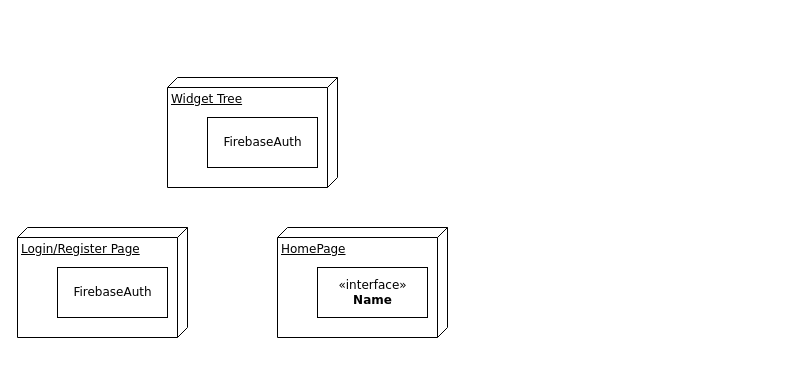
The draw.io diagram UML Diagramme/FlutterApp.drawio in PriXss/UMLDiagramme, before the edit. Source tidied: cells renumbered, new cells numbered last; positions are measured from the earlier drawing's top-left corner, leaving out a move shared by most shapes. Both pictures are drawn from the tidied source at 100%, with x=0, y=0 at pixel (17, 77).
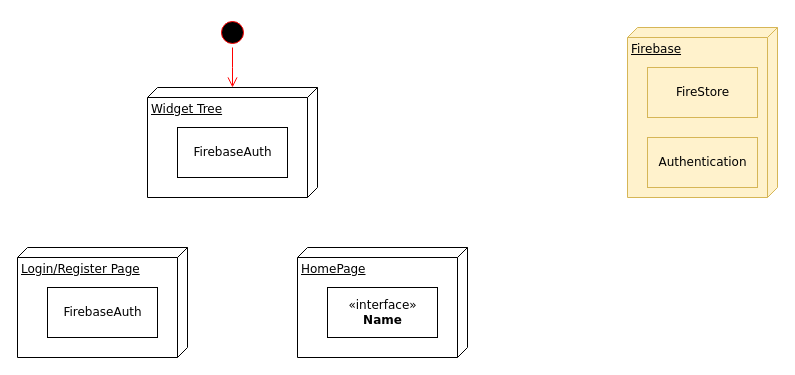
Above is the later version.

The edit, as a diff of the source:
```diff
@@
 <mxGraphModel>
   <root>
     <mxCell id="0" />
     <mxCell id="1" parent="0" />
     <mxCell id="2" value="Login/Register Page" style="verticalAlign=top;align=left;spacingTop=8;spacingLeft=2;spacingRight=12;shape=cube;size=10;direction=south;fontStyle=4;html=1;rounded=0;shadow=0;comic=0;labelBackgroundColor=none;strokeWidth=1;fontFamily=Verdana;fontSize=12;" parent="1" vertex="1">
-      <mxGeometry y="150" width="170" height="110" as="geometry" />
+      <mxGeometry y="170" width="170" height="110" as="geometry" />
     </mxCell>
     <mxCell id="3" value="FirebaseAuth&lt;br&gt;" style="html=1;rounded=0;shadow=0;comic=0;labelBackgroundColor=none;strokeWidth=1;fontFamily=Verdana;fontSize=12;align=center;" parent="1" vertex="1">
-      <mxGeometry x="40" y="190" width="110" height="50" as="geometry" />
+      <mxGeometry x="30" y="210" width="110" height="50" as="geometry" />
     </mxCell>
     <mxCell id="4" value="HomePage" style="verticalAlign=top;align=left;spacingTop=8;spacingLeft=2;spacingRight=12;shape=cube;size=10;direction=south;fontStyle=4;html=1;rounded=0;shadow=0;comic=0;labelBackgroundColor=none;strokeWidth=1;fontFamily=Verdana;fontSize=12;" parent="1" vertex="1">
-      <mxGeometry x="260" y="150" width="170" height="110" as="geometry" />
+      <mxGeometry x="280" y="170" width="170" height="110" as="geometry" />
     </mxCell>
     <mxCell id="5" value="&amp;laquo;interface&amp;raquo;&lt;br&gt;&lt;b&gt;Name&lt;/b&gt;" style="html=1;rounded=0;shadow=0;comic=0;labelBackgroundColor=none;strokeWidth=1;fontFamily=Verdana;fontSize=12;align=center;" parent="1" vertex="1">
-      <mxGeometry x="300" y="190" width="110" height="50" as="geometry" />
+      <mxGeometry x="310" y="210" width="110" height="50" as="geometry" />
     </mxCell>
     <mxCell id="6" value="Widget Tree" style="verticalAlign=top;align=left;spacingTop=8;spacingLeft=2;spacingRight=12;shape=cube;size=10;direction=south;fontStyle=4;html=1;rounded=0;shadow=0;comic=0;labelBackgroundColor=none;strokeWidth=1;fontFamily=Verdana;fontSize=12;" parent="1" vertex="1">
-      <mxGeometry x="150" width="170" height="110" as="geometry" />
+      <mxGeometry x="130" y="10" width="170" height="110" as="geometry" />
     </mxCell>
     <mxCell id="7" value="FirebaseAuth&lt;br&gt;" style="html=1;rounded=0;shadow=0;comic=0;labelBackgroundColor=none;strokeWidth=1;fontFamily=Verdana;fontSize=12;align=center;" parent="1" vertex="1">
-      <mxGeometry x="190" y="40" width="110" height="50" as="geometry" />
+      <mxGeometry x="160" y="50" width="110" height="50" as="geometry" />
     </mxCell>
+    <mxCell id="8" style="ellipse;html=1;shape=startState;fillColor=#000000;strokeColor=#ff0000;" parent="1" vertex="1">
+      <mxGeometry x="200" y="-60" width="30" height="30" as="geometry" />
+    </mxCell>
+    <mxCell id="9" style="edgeStyle=orthogonalEdgeStyle;html=1;verticalAlign=bottom;endArrow=open;endSize=8;strokeColor=#ff0000;rounded=0;" parent="1" edge="1" source="8">
+      <mxGeometry relative="1" as="geometry">
+        <mxPoint x="215" y="10" as="targetPoint" />
+      </mxGeometry>
+    </mxCell>
+    <mxCell id="10" value="Firebase" style="verticalAlign=top;align=left;spacingTop=8;spacingLeft=2;spacingRight=12;shape=cube;size=10;direction=south;fontStyle=4;html=1;rounded=0;shadow=0;comic=0;labelBackgroundColor=none;strokeWidth=1;fontFamily=Verdana;fontSize=12;fillColor=#fff2cc;strokeColor=#d6b656;" parent="1" vertex="1">
+      <mxGeometry x="610" y="-50" width="150" height="170" as="geometry" />
+    </mxCell>
+    <mxCell id="11" value="FireStore" style="html=1;rounded=0;shadow=0;comic=0;labelBackgroundColor=none;strokeWidth=1;fontFamily=Verdana;fontSize=12;align=center;fillColor=#fff2cc;strokeColor=#d6b656;" parent="1" vertex="1">
+      <mxGeometry x="630" y="-10" width="110" height="50" as="geometry" />
+    </mxCell>
+    <mxCell id="12" value="Authentication" style="html=1;rounded=0;shadow=0;comic=0;labelBackgroundColor=none;strokeWidth=1;fontFamily=Verdana;fontSize=12;align=center;fillColor=#fff2cc;strokeColor=#d6b656;" parent="1" vertex="1">
+      <mxGeometry x="630" y="60" width="110" height="50" as="geometry" />
+    </mxCell>
   </root>
 </mxGraphModel>
```
